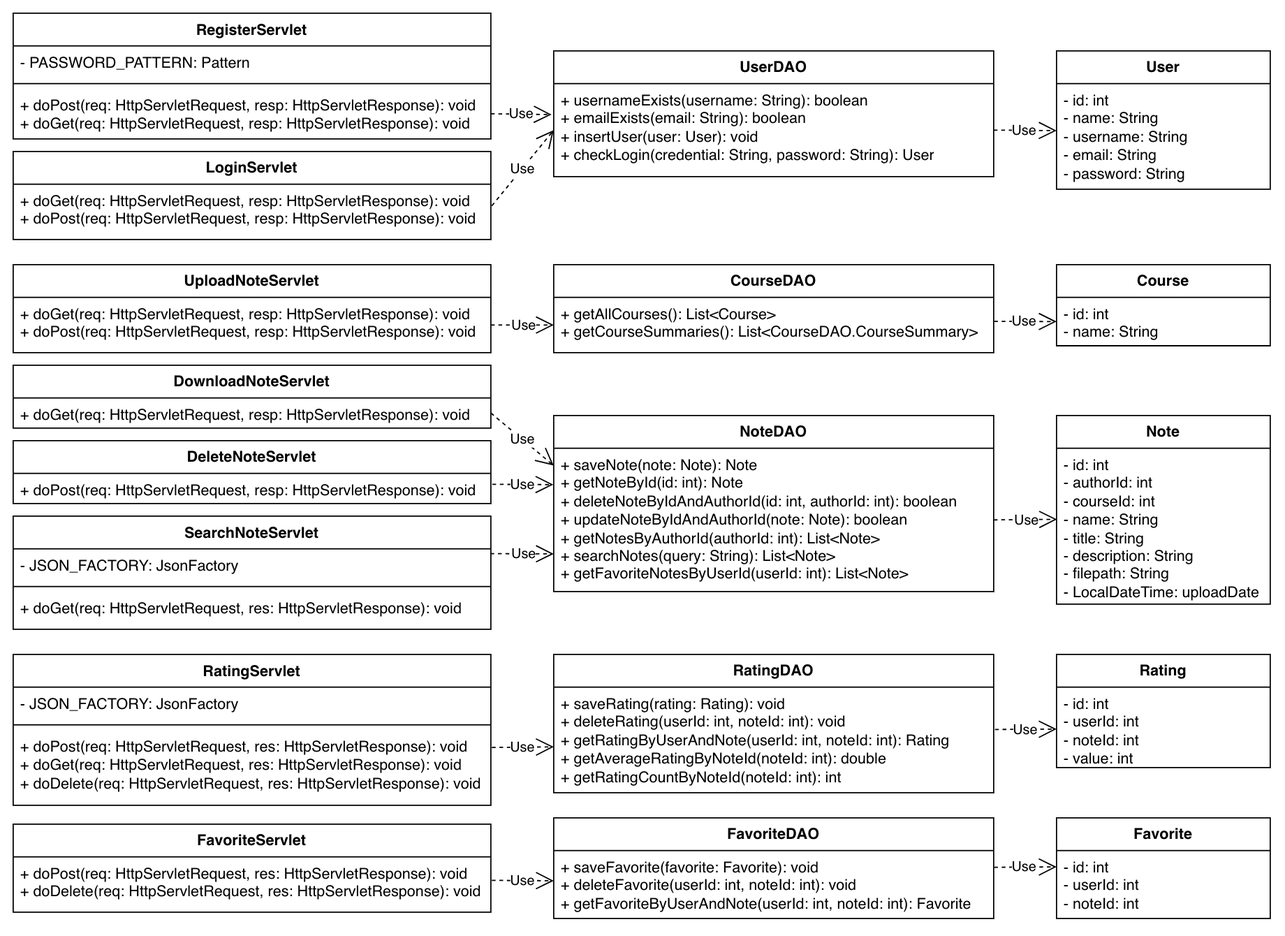
Earlier version of the draw.io export hw1/diagrams/classDiagram.drawio.png (Dusba01/github-wa2526klzwap). Source tidied: cells renumbered, new cells last; positions are measured from the earlier drawing's top-left corner, leaving out a move shared by most shapes.
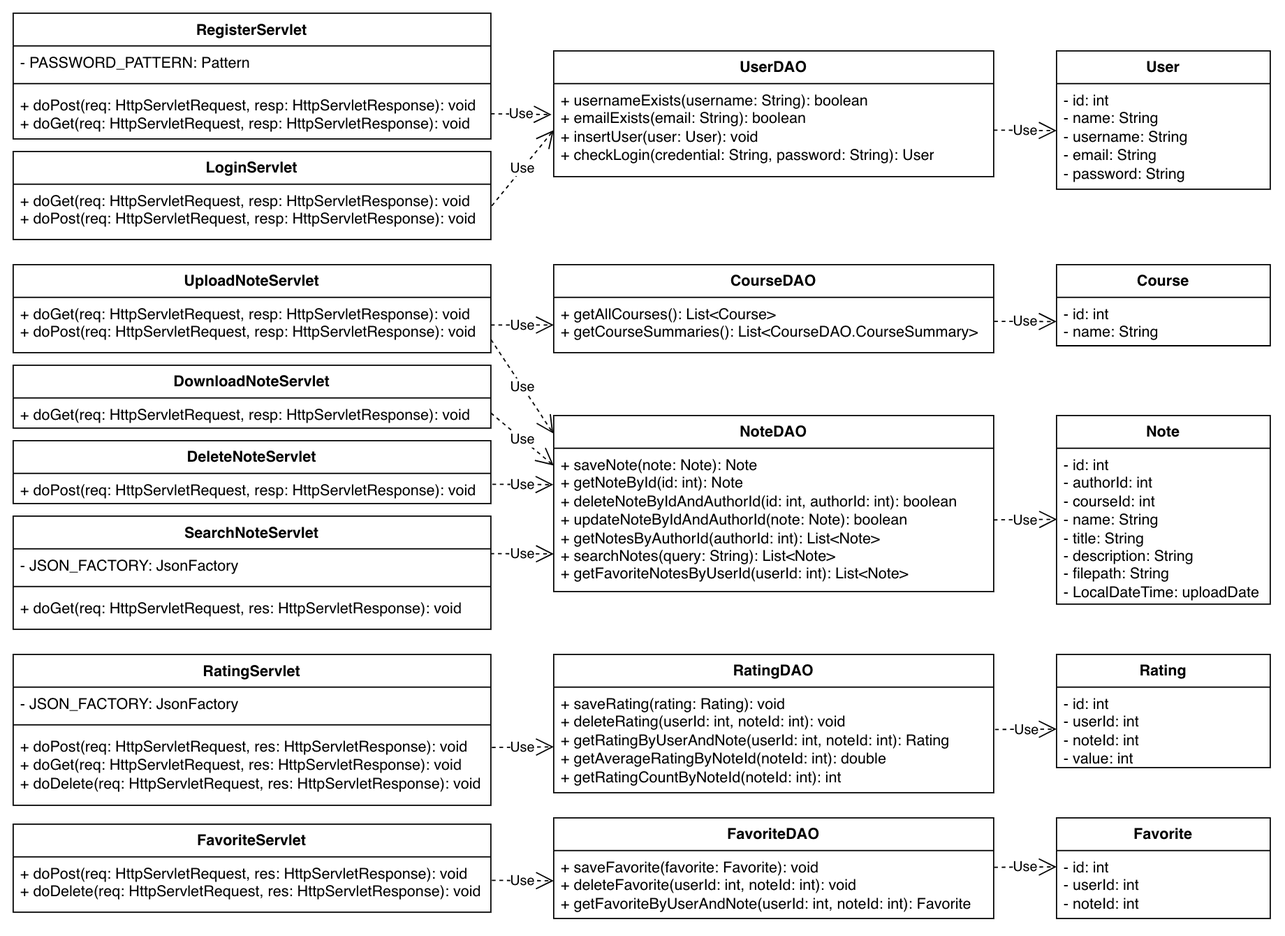
Above is the later version.

Commit message:
class diagram definitive FOR REAL FOR REAL

Diff of the diagram source:
```diff
@@ -173,5 +173,8 @@
         <mxPoint x="430" y="430" as="targetPoint" />
       </mxGeometry>
     </mxCell>
+    <mxCell id="57" value="Use" style="endArrow=open;endSize=12;dashed=1;html=1;rounded=0;exitX=1;exitY=0.763;exitDx=0;exitDy=0;entryX=-0.001;entryY=0.102;entryDx=0;entryDy=0;exitPerimeter=0;entryPerimeter=0;" parent="1" edge="1" source="19" target="4">
+      <mxGeometry relative="1" as="geometry" />
+    </mxCell>
   </root>
 </mxGraphModel>
```
